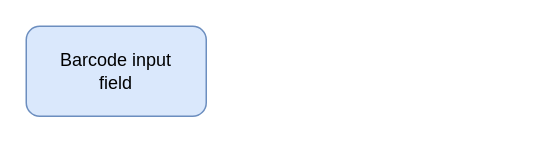
The draw.io diagram spec-check-flow.drawio in spectral-cockpit/speccheck, before the edit. Source tidied: cells renumbered, new cells numbered last; positions are measured from the earlier drawing's top-left corner, leaving out a move shared by most shapes. Both pictures are drawn from the tidied source at 150%, with x=0, y=0 at pixel (26, 26).
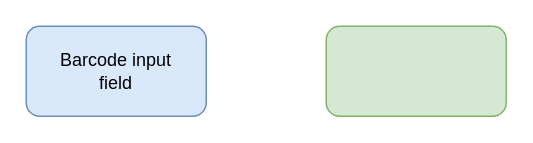
After the change.

What changed in the source:
```diff
@@
 <mxGraphModel>
   <root>
     <mxCell id="0" />
     <mxCell id="1" parent="0" />
     <mxCell id="2" value="&lt;div&gt;Barcode input&lt;/div&gt;&lt;div&gt;field&lt;/div&gt;" style="rounded=1;whiteSpace=wrap;html=1;fillColor=#dae8fc;strokeColor=#6c8ebf;" parent="1" vertex="1">
       <mxGeometry width="120" height="60" as="geometry" />
     </mxCell>
+    <mxCell id="3" style="rounded=1;whiteSpace=wrap;html=1;fillColor=#d5e8d4;strokeColor=#82b366;" parent="1" vertex="1">
+      <mxGeometry x="200" width="120" height="60" as="geometry" />
+    </mxCell>
   </root>
 </mxGraphModel>
```
